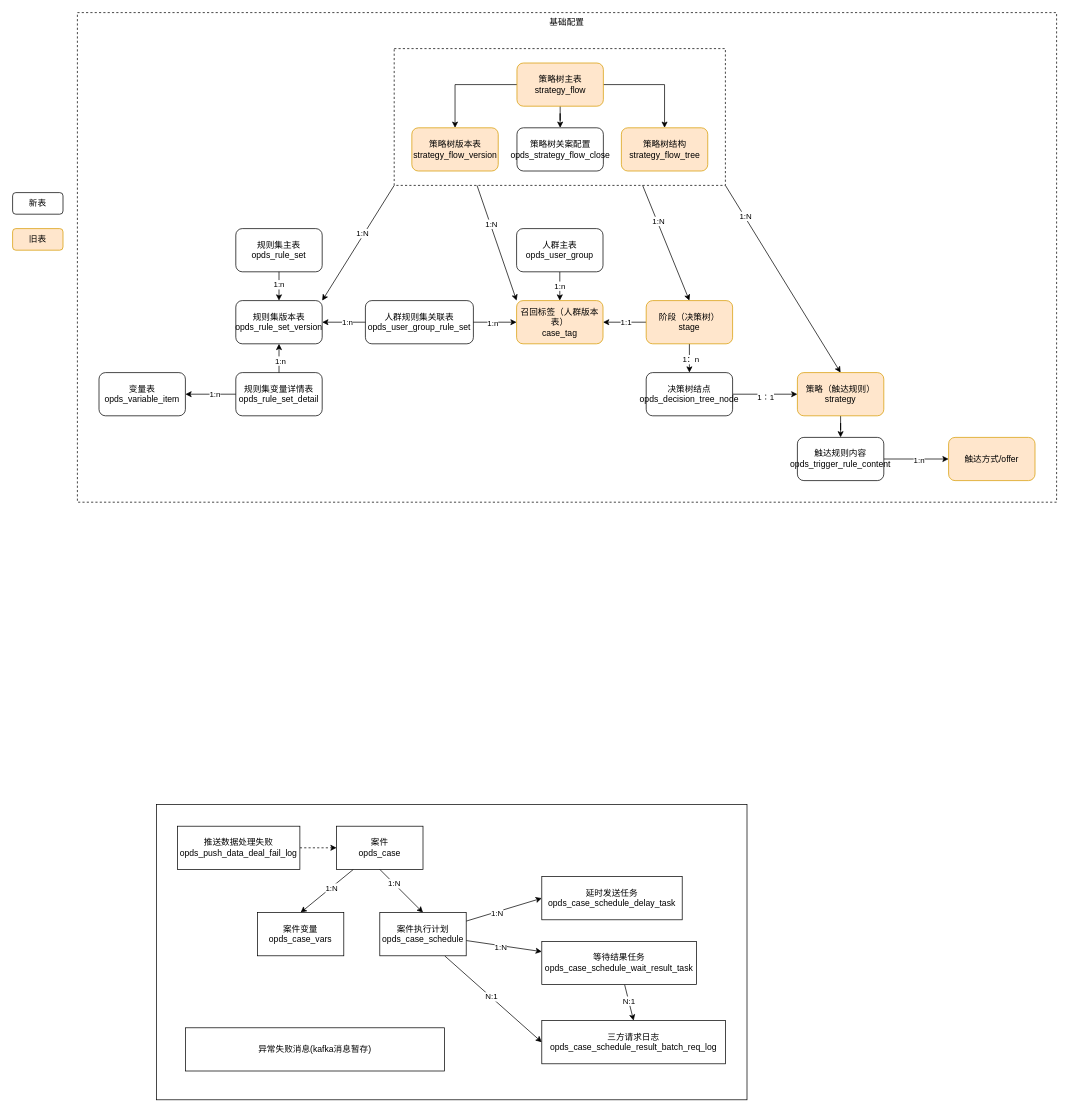
Above: page "数据表设计-V2" (8 of 8) of 运营决策系统设计.drawio in ABIN-DS/flowchart (draw.io), before the change. Source tidied: cells renumbered, new cells numbered last; positions are measured from the earlier drawing's top-left corner, leaving out a move shared by most shapes. Both pictures are drawn from the tidied source at 72%, with x=0, y=0 at pixel (12, 12).
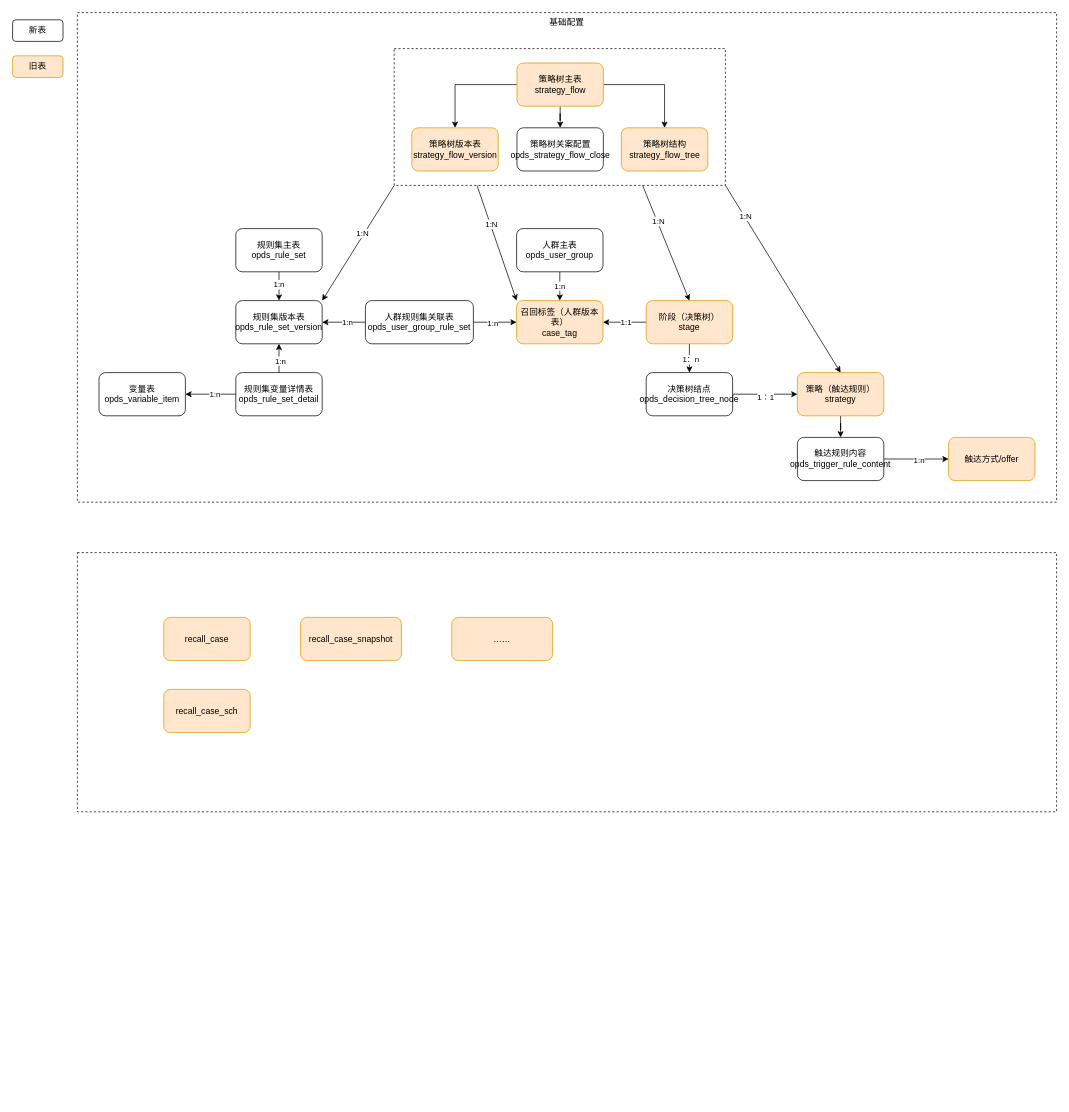
Above is the later version.

Commit message:
更新运营决策系统设计.drawio

Diff of the diagram source:
```diff
@@
-    <mxCell id="6" style="rounded=0;whiteSpace=wrap;html=1;" parent="1" vertex="1">
-      <mxGeometry x="200" y="1100" width="820" height="410" as="geometry" />
+    <mxCell id="6" style="rounded=0;whiteSpace=wrap;html=1;dashed=1;" parent="1" vertex="1">
+      <mxGeometry x="90" y="750" width="1360" height="360" as="geometry" />
     </mxCell>
-    <mxCell id="7" style="edgeStyle=none;rounded=0;jettySize=auto;html=1;dashed=1;" parent="1" edge="1" source="8" target="13">
-      <mxGeometry relative="1" as="geometry" />
-    </mxCell>
-    <mxCell id="8" value="推送数据处理失败&lt;br&gt;opds_push_data_deal_fail_log" style="rounded=0;whiteSpace=wrap;html=1;" parent="1" vertex="1">
-      <mxGeometry x="229" y="1130" width="170" height="60" as="geometry" />
-    </mxCell>
-    <mxCell id="9" style="edgeStyle=none;rounded=0;jettySize=auto;html=1;exitX=0.5;exitY=1;exitDx=0;exitDy=0;entryX=0.5;entryY=0;entryDx=0;entryDy=0;" parent="1" edge="1" source="13" target="20">
-      <mxGeometry relative="1" as="geometry" />
-    </mxCell>
-    <mxCell id="10" value="1:N" style="edgeLabel;html=1;align=center;verticalAlign=middle;" parent="9" vertex="1">
-      <mxGeometry x="-0.33" relative="1" as="geometry" />
-    </mxCell>
-    <mxCell id="11" style="edgeStyle=none;rounded=0;jettySize=auto;html=1;entryX=0.5;entryY=0;entryDx=0;entryDy=0;" parent="1" edge="1" source="13" target="22">
-      <mxGeometry relative="1" as="geometry" />
-    </mxCell>
-    <mxCell id="12" value="1:N" style="edgeLabel;html=1;align=center;verticalAlign=middle;" parent="11" vertex="1">
-      <mxGeometry x="-0.15" relative="1" as="geometry" />
-    </mxCell>
-    <mxCell id="13" value="案件&lt;br&gt;opds_case" style="rounded=0;whiteSpace=wrap;html=1;" parent="1" vertex="1">
-      <mxGeometry x="450" y="1130" width="120" height="60" as="geometry" />
-    </mxCell>
-    <mxCell id="14" style="edgeStyle=none;rounded=0;jettySize=auto;html=1;entryX=0;entryY=0.5;entryDx=0;entryDy=0;" parent="1" edge="1" source="20" target="21">
-      <mxGeometry relative="1" as="geometry" />
-    </mxCell>
-    <mxCell id="15" value="1:N" style="edgeLabel;html=1;align=center;verticalAlign=middle;" parent="14" vertex="1">
-      <mxGeometry x="-0.2" y="-1" relative="1" as="geometry" />
-    </mxCell>
-    <mxCell id="16" style="rounded=0;jettySize=auto;html=1;" parent="1" edge="1" source="20" target="25">
-      <mxGeometry relative="1" as="geometry" />
-    </mxCell>
-    <mxCell id="17" value="1:N" style="edgeLabel;html=1;align=center;verticalAlign=middle;" parent="16" vertex="1">
-      <mxGeometry x="-0.09" y="-2" relative="1" as="geometry" />
-    </mxCell>
-    <mxCell id="18" style="rounded=0;jettySize=auto;html=1;exitX=0.75;exitY=1;exitDx=0;exitDy=0;entryX=0;entryY=0.5;entryDx=0;entryDy=0;" parent="1" edge="1" source="20" target="27">
-      <mxGeometry relative="1" as="geometry" />
-    </mxCell>
-    <mxCell id="19" value="N:1" style="edgeLabel;html=1;align=center;verticalAlign=middle;" parent="18" vertex="1">
-      <mxGeometry x="-0.05" y="1" relative="1" as="geometry" />
-    </mxCell>
-    <mxCell id="20" value="案件执行计划&lt;br&gt;opds_case_schedule" style="rounded=0;whiteSpace=wrap;html=1;" parent="1" vertex="1">
-      <mxGeometry x="510" y="1250" width="120" height="60" as="geometry" />
-    </mxCell>
-    <mxCell id="21" value="延时发送任务&lt;br&gt;opds_case_schedule_delay_task" style="rounded=0;whiteSpace=wrap;html=1;" parent="1" vertex="1">
-      <mxGeometry x="735" y="1200" width="195" height="60" as="geometry" />
-    </mxCell>
-    <mxCell id="22" value="案件变量&lt;br&gt;opds_case_vars" style="rounded=0;whiteSpace=wrap;html=1;" parent="1" vertex="1">
-      <mxGeometry x="340" y="1250" width="120" height="60" as="geometry" />
-    </mxCell>
-    <mxCell id="23" style="rounded=0;jettySize=auto;html=1;entryX=0.5;entryY=0;entryDx=0;entryDy=0;" parent="1" edge="1" source="25" target="27">
-      <mxGeometry relative="1" as="geometry" />
-    </mxCell>
-    <mxCell id="24" value="N:1" style="edgeLabel;html=1;align=center;verticalAlign=middle;" parent="23" vertex="1">
-      <mxGeometry x="-0.09" relative="1" as="geometry" />
-    </mxCell>
-    <mxCell id="25" value="等待结果任务&lt;br&gt;opds_case_schedule_wait_result_task" style="rounded=0;whiteSpace=wrap;html=1;" parent="1" vertex="1">
-      <mxGeometry x="735" y="1290" width="215" height="60" as="geometry" />
-    </mxCell>
-    <mxCell id="26" value="异常失败消息(kafka消息暂存)" style="rounded=0;whiteSpace=wrap;html=1;" parent="1" vertex="1">
-      <mxGeometry x="240" y="1410" width="360" height="60" as="geometry" />
-    </mxCell>
-    <mxCell id="27" value="三方请求日志&lt;br&gt;opds_case_schedule_result_batch_req_log" style="rounded=0;whiteSpace=wrap;html=1;" parent="1" vertex="1">
-      <mxGeometry x="735" y="1400" width="255" height="60" as="geometry" />
-    </mxCell>
@@
     <mxCell id="60" value="新表" style="rounded=1;whiteSpace=wrap;html=1;" parent="1" vertex="1">
-      <mxGeometry y="250" width="70" height="30" as="geometry" />
+      <mxGeometry y="10" width="70" height="30" as="geometry" />
     </mxCell>
     <mxCell id="61" value="旧表" style="rounded=1;whiteSpace=wrap;html=1;fillColor=#ffe6cc;strokeColor=#d79b00;" parent="1" vertex="1">
-      <mxGeometry y="300" width="70" height="30" as="geometry" />
+      <mxGeometry y="60" width="70" height="30" as="geometry" />
     </mxCell>
@@
+    <mxCell id="75" value="recall_case" style="rounded=1;whiteSpace=wrap;html=1;fillColor=#ffe6cc;strokeColor=#d79b00;" parent="1" vertex="1">
+      <mxGeometry x="210" y="840" width="120" height="60" as="geometry" />
+    </mxCell>
+    <mxCell id="76" value="recall_case_sch" style="rounded=1;whiteSpace=wrap;html=1;fillColor=#ffe6cc;strokeColor=#d79b00;" parent="1" vertex="1">
+      <mxGeometry x="210" y="940" width="120" height="60" as="geometry" />
+    </mxCell>
+    <mxCell id="77" value="recall_case_snapshot" style="rounded=1;whiteSpace=wrap;html=1;fillColor=#ffe6cc;strokeColor=#d79b00;" parent="1" vertex="1">
+      <mxGeometry x="400" y="840" width="140" height="60" as="geometry" />
+    </mxCell>
+    <mxCell id="78" value="……" style="rounded=1;whiteSpace=wrap;html=1;fillColor=#ffe6cc;strokeColor=#d79b00;" parent="1" vertex="1">
+      <mxGeometry x="610" y="840" width="140" height="60" as="geometry" />
+    </mxCell>
```
